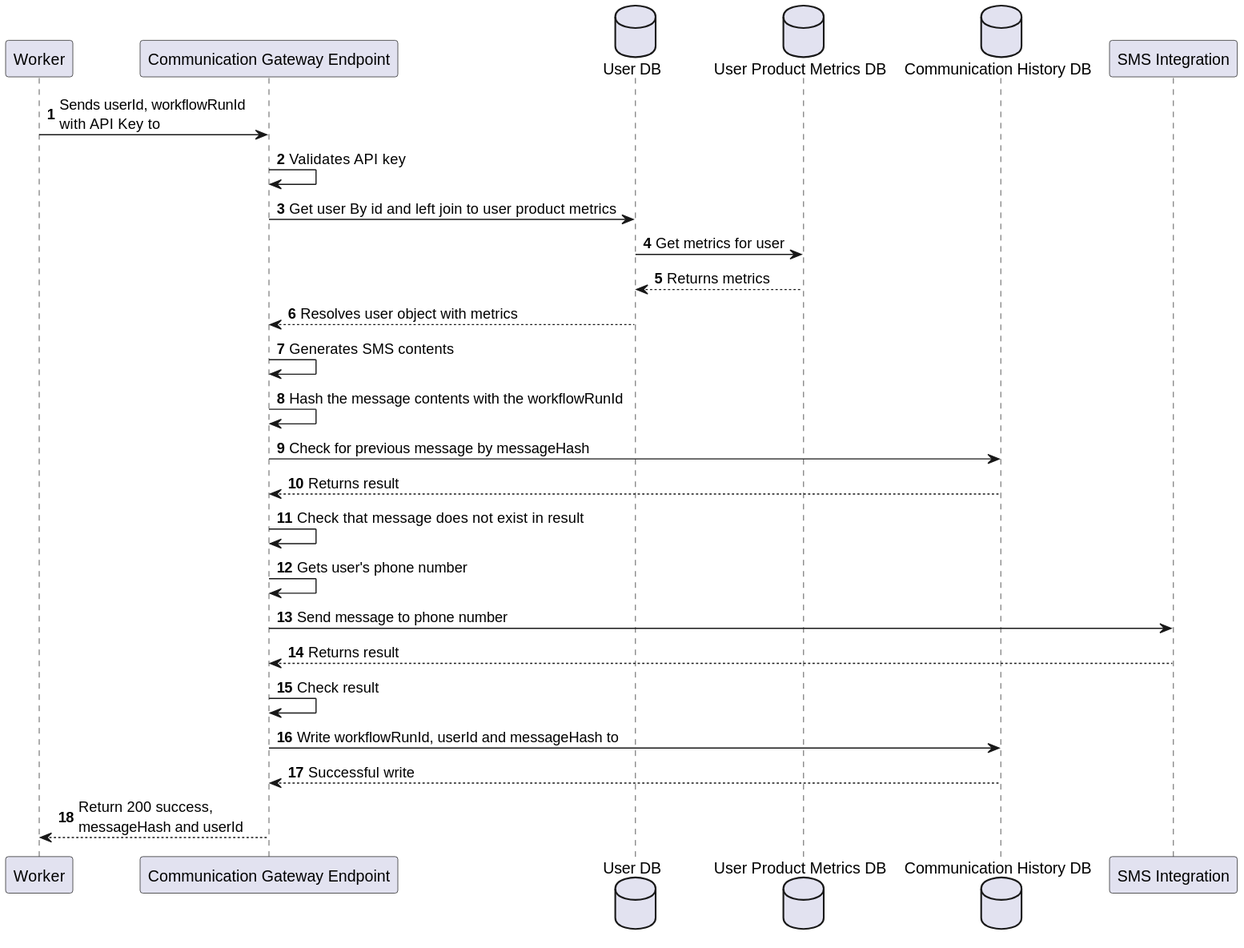
Before: Designs/Images/Sequence Diagrams/InvokeGateway.svg, a diagram exported from PlantUML (CameronWard301/communication_scheduler).
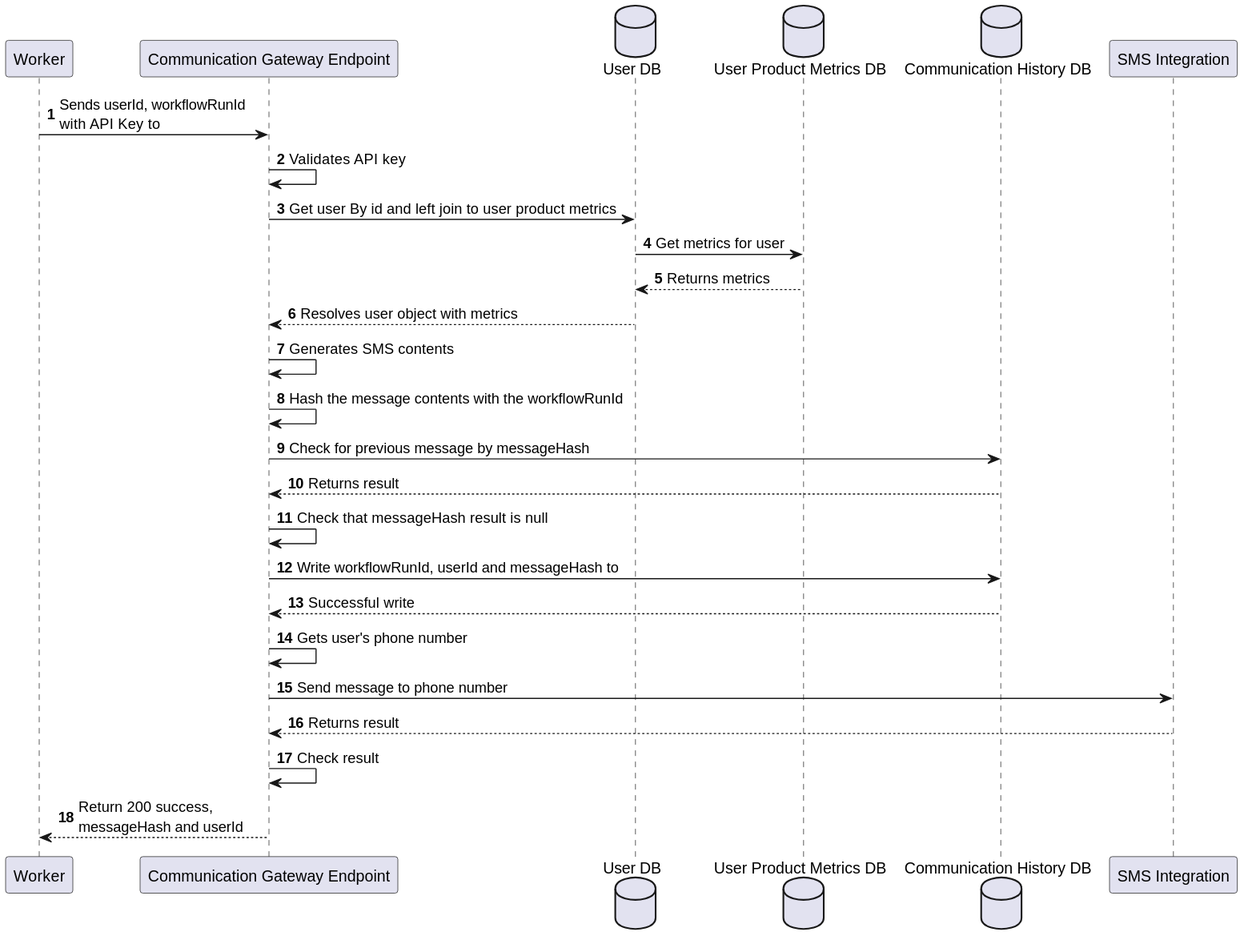
Later version of the same file.

Change to the diagram source:
```diff
@@ -21,13 +21,13 @@
 gateway -> historyDB: Check for previous message by messageHash
 
 historyDB --> gateway: Returns result
-gateway -> gateway: Check that message does not exist in result
+gateway -> gateway: Check that messageHash result is null
+gateway -> historyDB: Write workflowRunId, userId and messageHash to
+historyDB --> gateway: Successful write
 
 gateway -> gateway: Gets user's phone number
 gateway -> sms: Send message to phone number
 sms --> gateway: Returns result
 gateway -> gateway: Check result
-gateway -> historyDB: Write workflowRunId, userId and messageHash to
-historyDB --> gateway: Successful write
-gateway --> worker: Return 200 success, \nmessageHash and userId
+gateway --> worker: Return 200 success,\nmessageHash and userId
 @enduml
```
